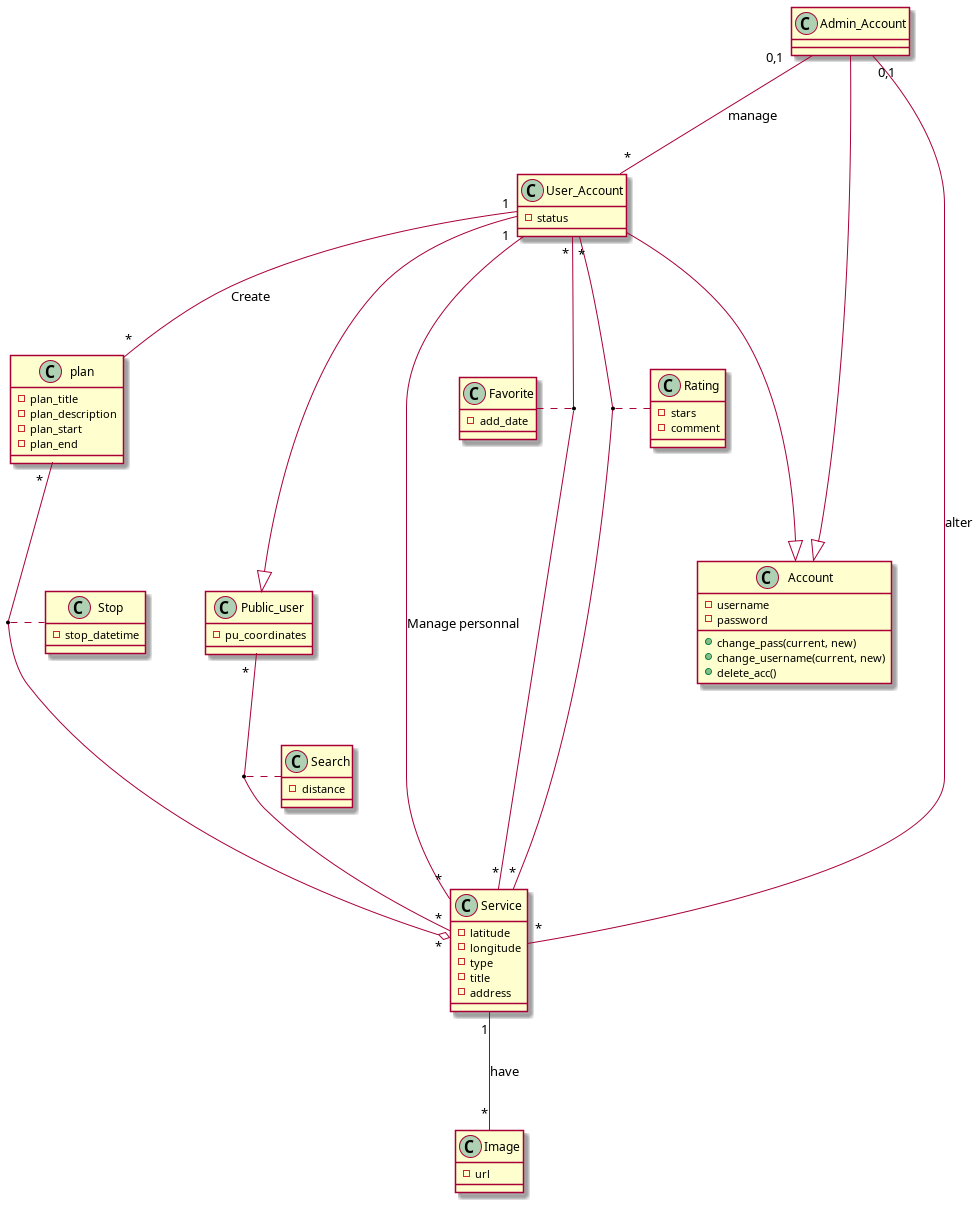
techguyseli/touristy keeps this PlantUML diagram as rapport/uml/images/class/class_diag.png. Above is the earlier version. Its diagram source:
```plantuml
@startuml class_diag

class Public_user
Public_user : -pu_coordinates
Public_user "*" -- "*" Service
(Public_user, Service) . Search

class Account
Account : -username
Account : -password
Account : +change_pass(current, new)
Account : +change_username(current, new)
Account : +delete_acc()

class Admin_Account
Admin_Account ---|> Account
Admin_Account "0,1" -- "*" User_Account : manage
Admin_Account "0,1" -- "*" Service : alter

class User_Account
User_Account : -status
User_Account ---|> Account
User_Account ---|> Public_user
User_Account "1" -- "*" plan : Create
User_Account "*" -- "*" Service
(User_Account, Service) . Favorite
User_Account "*" -- "*" Service
(User_Account, Service) . Rating
User_Account "1" -- "*" Service : Manage personnal

class Search
Search : -distance

class Service
Service : -latitude
Service : -longitude
Service : -type
Service : -title
Service : -address
Service "1" -- "*" Image : have

class Image
Image : -url

class Stop
Stop : -stop_datetime

class plan
plan : -plan_title
plan : -plan_description
plan : -plan_start
plan : -plan_end
plan "*" --o "*" Service
(plan, Service) . Stop

class Favorite
Favorite : -add_date

class Rating
Rating : -stars
Rating : -comment


@enduml
```
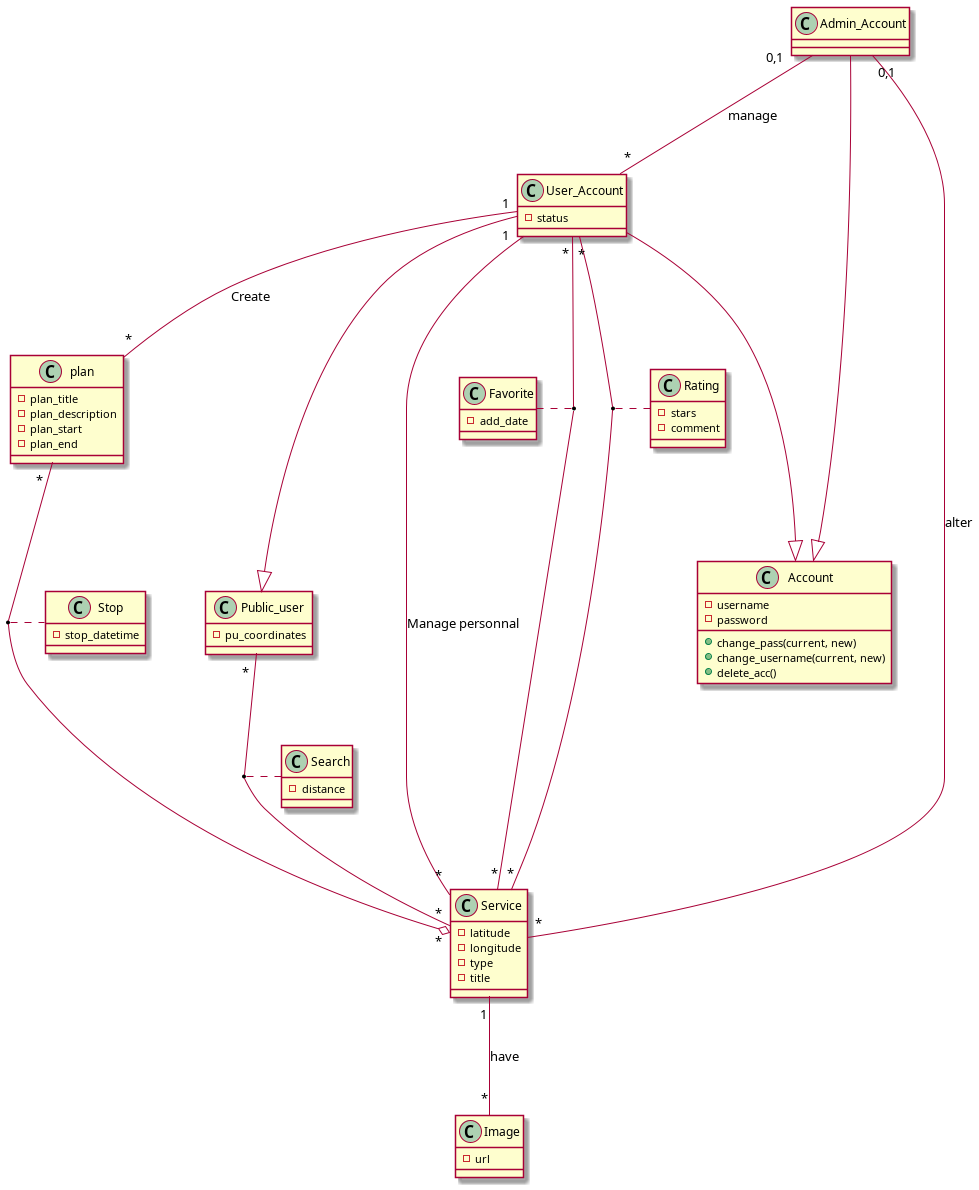
Later version of the same file.

Commit message:
nearby service progress

What changed in the source:
```diff
@@ -36,7 +36,6 @@
 Service : -longitude
 Service : -type
 Service : -title
-Service : -address
 Service "1" -- "*" Image : have
 
 class Image
```
